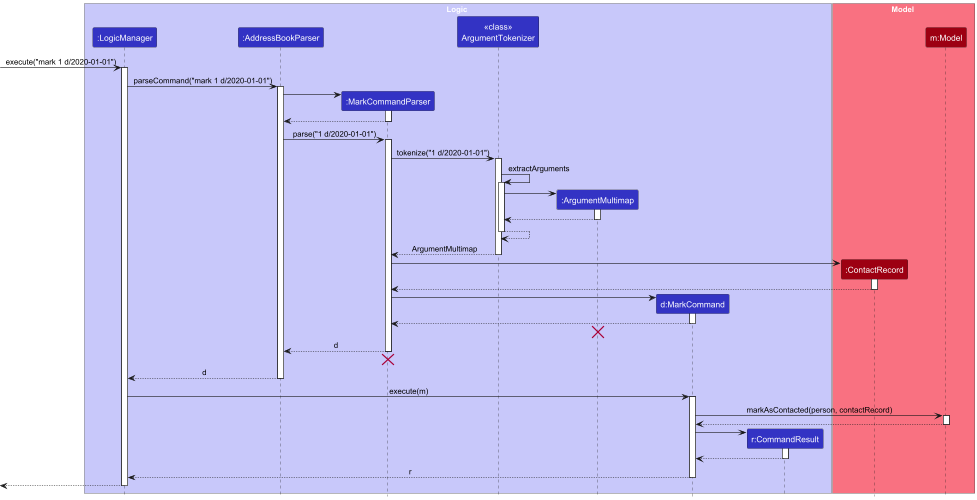
nus-cs2103-AY2425S1/tp keeps this PlantUML diagram as docs/images/MarkSequenceDiagram.png. Above is the earlier version.
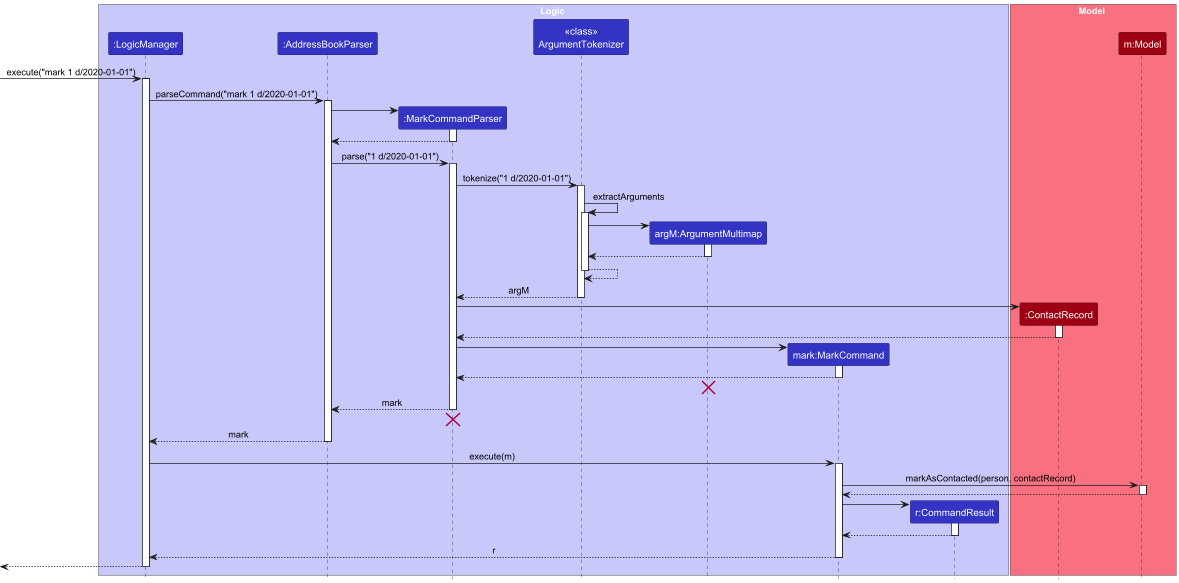
The same diagram one commit later.

Change to the diagram source:
```diff
@@ -7,8 +7,8 @@
 participant ":AddressBookParser" as AddressBookParser LOGIC_COLOR
 participant ":MarkCommandParser" as MarkCommandParser LOGIC_COLOR
 participant "<<class>>\nArgumentTokenizer" as ArgumentTokenizer LOGIC_COLOR
-participant ":ArgumentMultimap" as ArgumentMultimap LOGIC_COLOR
-participant "d:MarkCommand" as MarkCommand LOGIC_COLOR
+participant "argM:ArgumentMultimap" as ArgumentMultimap LOGIC_COLOR
+participant "mark:MarkCommand" as MarkCommand LOGIC_COLOR
 participant "r:CommandResult" as CommandResult LOGIC_COLOR
 end box
 
@@ -46,7 +46,7 @@
 
 ArgumentTokenizer --> ArgumentTokenizer
 deactivate ArgumentTokenizer
-ArgumentTokenizer --> MarkCommandParser : ArgumentMultimap
+ArgumentTokenizer --> MarkCommandParser : argM
 
 deactivate ArgumentTokenizer
 create ContactRecord
@@ -65,7 +65,7 @@
 ArgumentMultimap -[hidden]-> MarkCommandParser
 destroy ArgumentMultimap
 
-MarkCommandParser --> AddressBookParser : d
+MarkCommandParser --> AddressBookParser : mark
 deactivate MarkCommandParser
 
 MarkCommandParser -[hidden]-> AddressBookParser
@@ -73,7 +73,7 @@
 
 
 
-AddressBookParser --> LogicManager : d
+AddressBookParser --> LogicManager : mark
 deactivate AddressBookParser
 
 LogicManager -> MarkCommand : execute(m)
```
